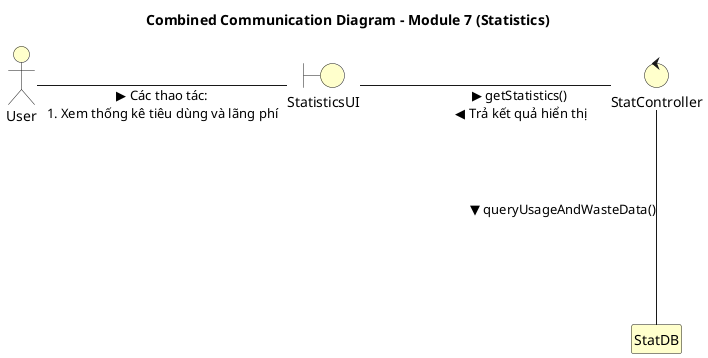
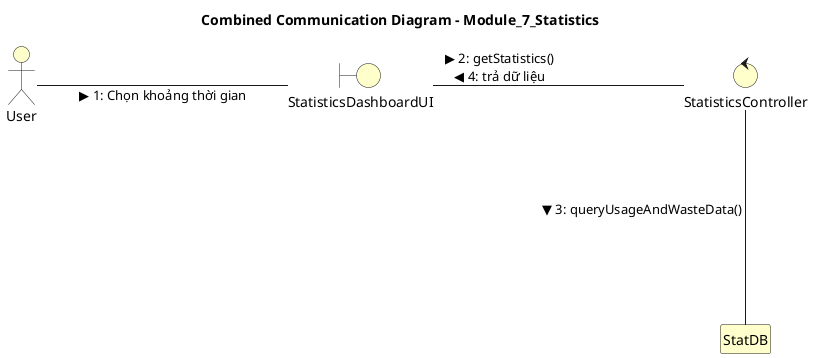
@startuml
- title Combined Communication Diagram - Module 7 (Statistics)
+ title Combined Communication Diagram - Module_7_Statistics

' Cấu hình nét thẳng và tắt đổ bóng
skinparam linetype ortho
skinparam shadowing false

' Tăng khoảng cách mặc định lên cao để tạo không gian rộng rãi
skinparam nodesep 250
skinparam ranksep 200
skinparam defaultTextAlignment center

' Xóa bỏ vòng tròn phân loại (E) và làm sạch bên trong khối
hide circle
hide empty members

' Cấu hình đồng bộ màu vàng
skinparam {
    ActorBackgroundColor #FFFFCC
    BoundaryBackgroundColor #FFFFCC
    ControlBackgroundColor #FFFFCC
    EntityBackgroundColor #FFFFCC
    ClassBackgroundColor #FFFFCC
}

allow_mixing
- actor "User" as Actor
- boundary "StatisticsUI" as UI
- control "StatController" as Controller
- entity "StatDB" as Entity

- Actor -right--- UI : " ▶ Các thao tác: \n1. Xem thống kê tiêu dùng và lãng phí"
- UI -right---- Controller : " ▶ getStatistics() \n ◀ Trả kết quả hiển thị"
- Controller -down- Entity : " ▼ queryUsageAndWasteData()"
+ actor "User" as User_Alias
+ boundary "StatisticsDashboardUI" as StatisticsDashboardUI_Alias
+ control "StatisticsController" as StatisticsController_Alias
+ entity "StatDB" as StatDB_Alias
+ 
+ User_Alias -right--- StatisticsDashboardUI_Alias  : " ▶ 1: Chọn khoảng thời gian "
+ StatisticsDashboardUI_Alias -right---- StatisticsController_Alias  : " ▶ 2: getStatistics() \n ◀ 4: trả dữ liệu "
+ StatisticsController_Alias -down- StatDB_Alias  : " ▼ 3: queryUsageAndWasteData() "

@enduml
